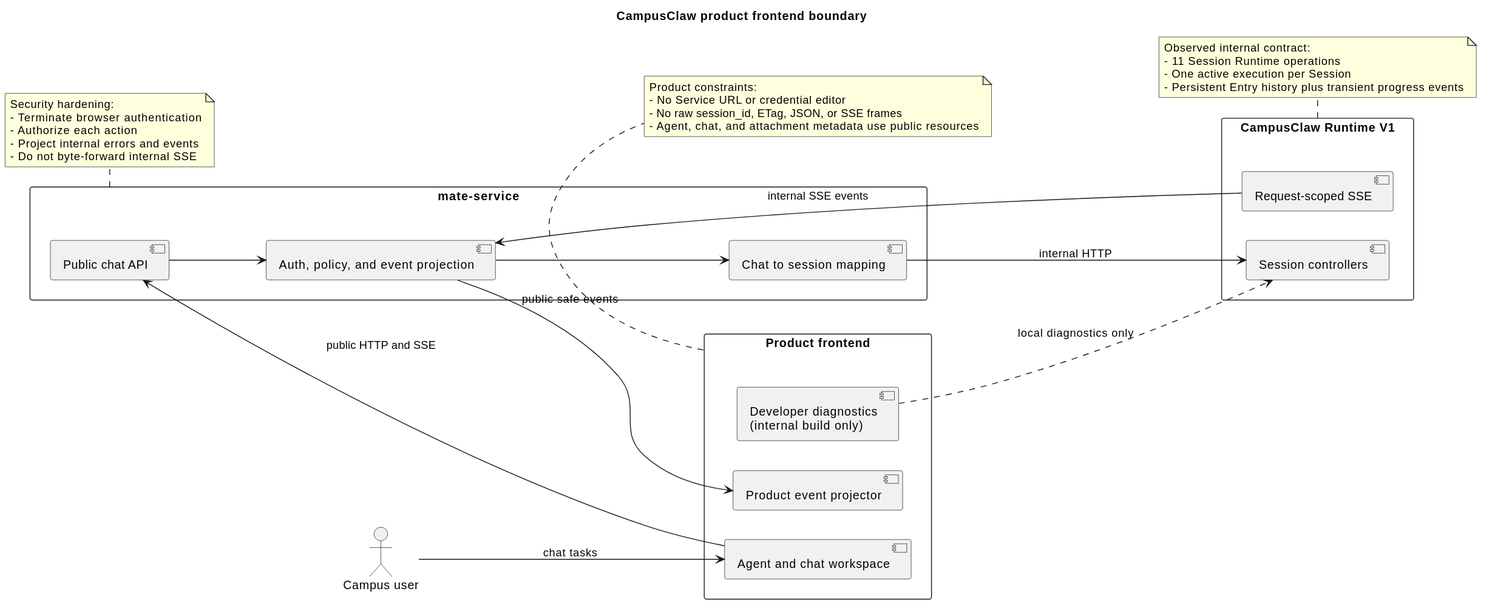
The PlantUML diagram docs/designs/campusclaw-frontend/frontend_product_boundary.svg in 2862282695gjh-afk/pi-mono-java, before a commit. Source of this version:
```plantuml
@startuml

title CampusClaw product frontend boundary
left to right direction

actor "Campus user" as User
rectangle "Product frontend" as Frontend {
  component "Agent and chat workspace" as Workspace
  component "Product event projector" as Projector
  component "Developer diagnostics\n(internal build only)" as Diagnostics
}

rectangle "mate-service" as Mate {
  component "Public chat API" as PublicApi
  component "Chat to session mapping" as Mapping
  component "Auth, policy, and event projection" as Policy
}

rectangle "CampusClaw Runtime V1" as Runtime {
  component "Session controllers" as Sessions
  component "Request-scoped SSE" as Stream
}

User --> Workspace : chat tasks
Workspace --> PublicApi : public HTTP and SSE
PublicApi --> Policy
Policy --> Mapping
Mapping --> Sessions : internal HTTP
Stream --> Policy : internal SSE events
Policy --> Projector : public safe events
Diagnostics ..> Sessions : local diagnostics only

note bottom of Frontend
Product constraints:
- No Service URL or credential editor
- No raw session_id, ETag, JSON, or SSE frames
- Agent, chat, and attachment metadata use public resources
end note

note bottom of Mate
Security hardening:
- Terminate browser authentication
- Authorize each action
- Project internal errors and events
- Do not byte-forward internal SSE
end note

note bottom of Runtime
Observed internal contract:
- 11 Session Runtime operations
- One active execution per Session
- Persistent Entry history plus transient progress events
end note
@enduml
```
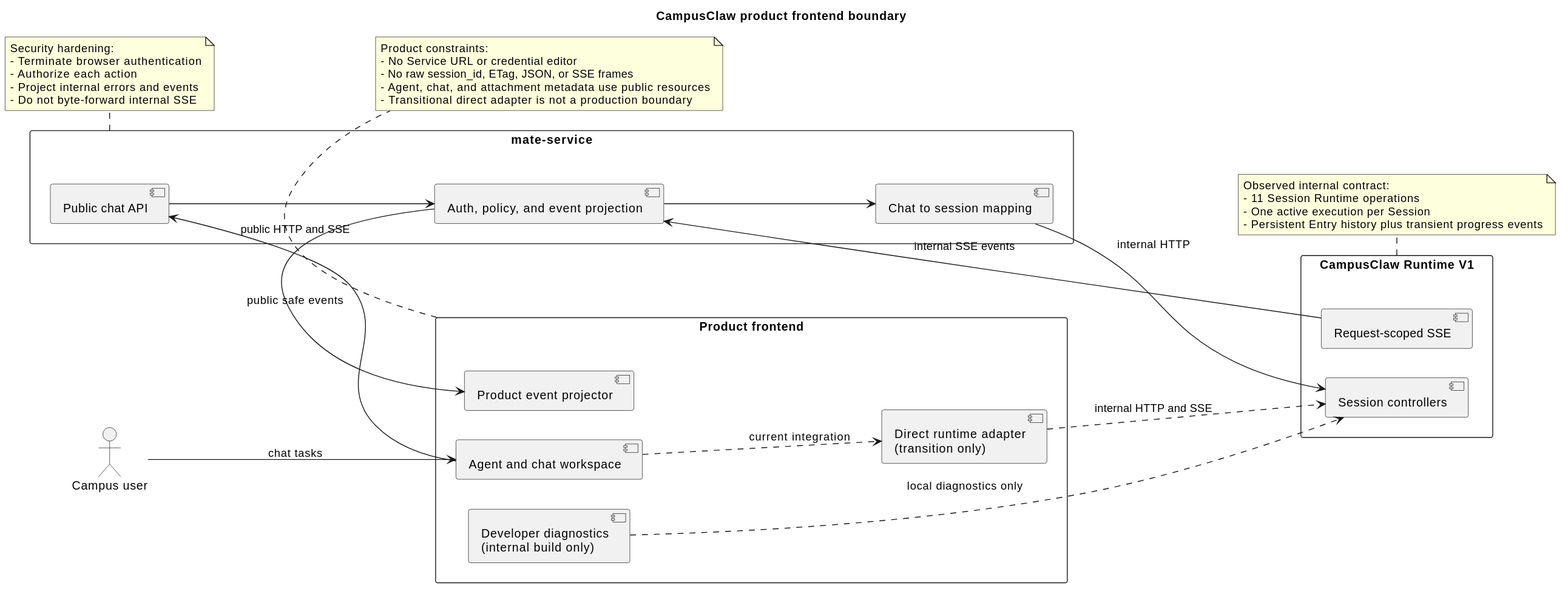
Later version of the same file.

What changed in the source:
```diff
@@ -7,6 +7,7 @@
 rectangle "Product frontend" as Frontend {
   component "Agent and chat workspace" as Workspace
   component "Product event projector" as Projector
+  component "Direct runtime adapter\n(transition only)" as DirectAdapter
   component "Developer diagnostics\n(internal build only)" as Diagnostics
 }
 
@@ -28,6 +29,8 @@
 Mapping --> Sessions : internal HTTP
 Stream --> Policy : internal SSE events
 Policy --> Projector : public safe events
+Workspace ..> DirectAdapter : current integration
+DirectAdapter ..> Sessions : internal HTTP and SSE
 Diagnostics ..> Sessions : local diagnostics only
 
 note bottom of Frontend
@@ -35,6 +38,7 @@
 - No Service URL or credential editor
 - No raw session_id, ETag, JSON, or SSE frames
 - Agent, chat, and attachment metadata use public resources
+- Transitional direct adapter is not a production boundary
 end note
 
 note bottom of Mate
```
